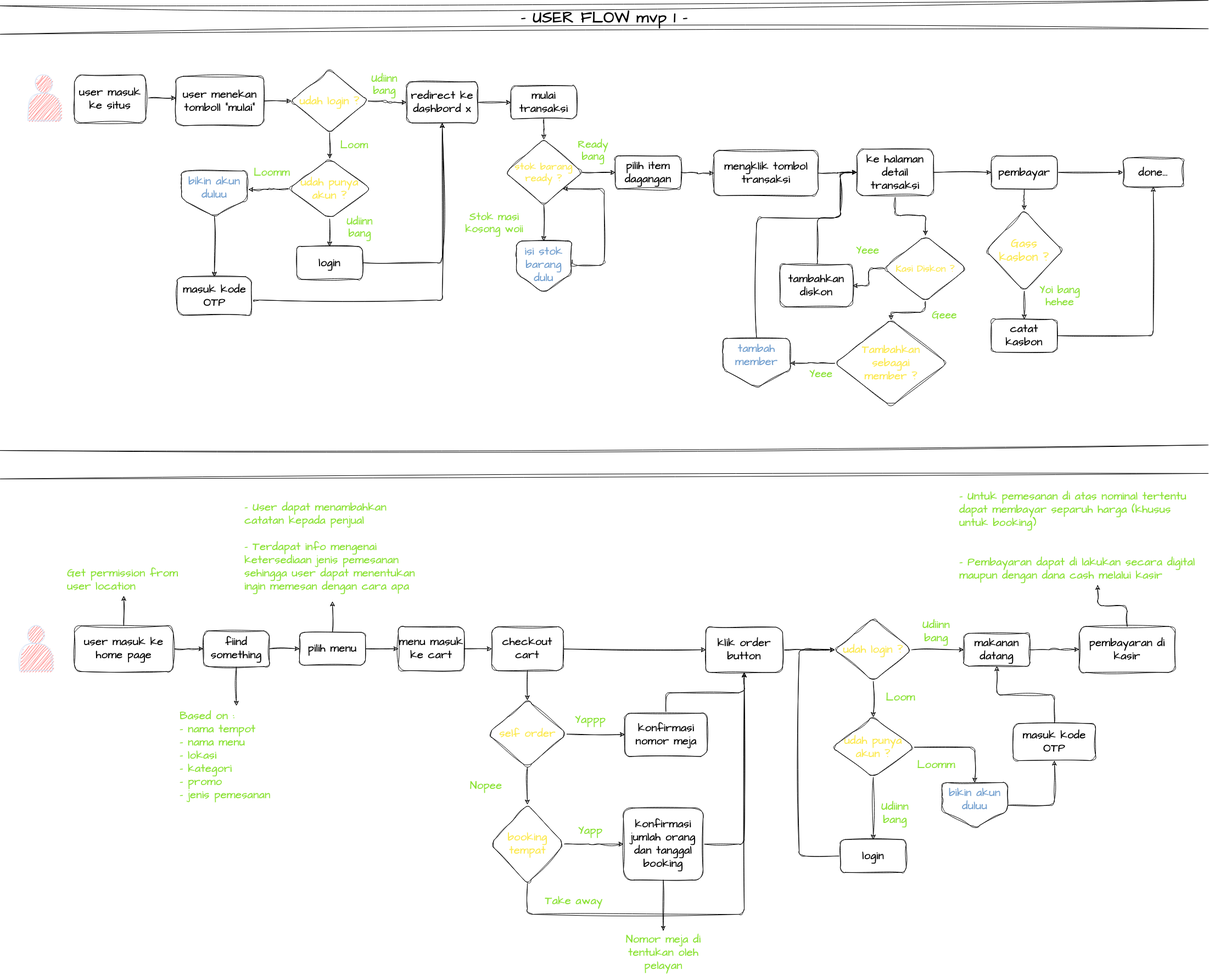
Earlier version of the draw.io export Untitled Diagram.drawio.png (Petrichor-Dev/mypos). Source tidied: cells renumbered, new cells last; positions are measured from the earlier drawing's top-left corner, leaving out a move shared by most shapes.
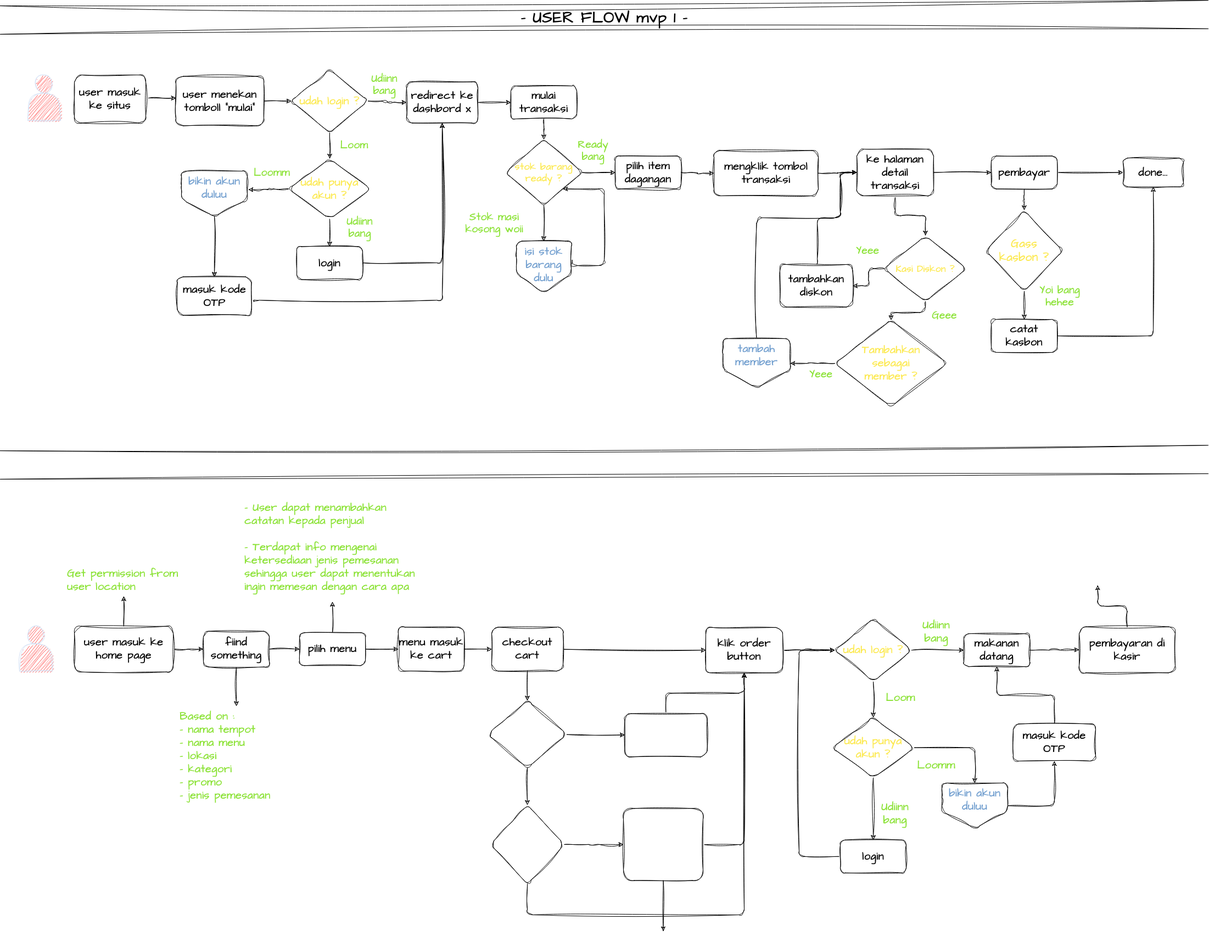
The same file after the commit.

The edit, as a diff of the source:
```diff
@@ -347,13 +347,13 @@
     <mxCell id="102" style="edgeStyle=orthogonalEdgeStyle;rounded=1;sketch=1;hachureGap=4;jiggle=2;curveFitting=1;jettySize=auto;html=1;labelBorderColor=#c17d11;fontFamily=Architects Daughter;fontSource=https%3A%2F%2Ffonts.googleapis.com%2Fcss%3Ffamily%3DArchitects%2BDaughter;fontSize=16;fontColor=#8ae234;fontStyle=1;" parent="1" edge="1" source="103" target="112">
       <mxGeometry relative="1" as="geometry" />
     </mxCell>
-    <mxCell id="103" value="&lt;font color=&quot;#fce94f&quot;&gt;self order&lt;/font&gt;" style="rhombus;whiteSpace=wrap;html=1;fontSize=20;fontFamily=Architects Daughter;rounded=1;sketch=1;curveFitting=1;jiggle=2;hachureGap=4;fontSource=https%3A%2F%2Ffonts.googleapis.com%2Fcss%3Ffamily%3DArchitects%2BDaughter;labelBackgroundColor=none;fontStyle=1;" parent="1" vertex="1">
+    <mxCell id="103" style="rhombus;whiteSpace=wrap;html=1;fontSize=20;fontFamily=Architects Daughter;rounded=1;sketch=1;curveFitting=1;jiggle=2;hachureGap=4;fontSource=https%3A%2F%2Ffonts.googleapis.com%2Fcss%3Ffamily%3DArchitects%2BDaughter;labelBackgroundColor=none;fontStyle=1;" parent="1" vertex="1">
       <mxGeometry x="887.5" y="1249" width="145" height="122.5" as="geometry" />
     </mxCell>
     <mxCell id="104" style="edgeStyle=orthogonalEdgeStyle;rounded=1;sketch=1;hachureGap=4;jiggle=2;curveFitting=1;jettySize=auto;html=1;labelBorderColor=#c17d11;fontFamily=Architects Daughter;fontSource=https%3A%2F%2Ffonts.googleapis.com%2Fcss%3Ffamily%3DArchitects%2BDaughter;fontSize=16;fontColor=#8ae234;fontStyle=1;" parent="1" edge="1" source="105" target="100">
       <mxGeometry relative="1" as="geometry" />
     </mxCell>
-    <mxCell id="105" value="konfirmasi nomor meja" style="whiteSpace=wrap;html=1;fontSize=20;fontFamily=Architects Daughter;rounded=1;sketch=1;curveFitting=1;jiggle=2;hachureGap=4;fontSource=https%3A%2F%2Ffonts.googleapis.com%2Fcss%3Ffamily%3DArchitects%2BDaughter;labelBackgroundColor=none;fontStyle=1;" parent="1" vertex="1">
+    <mxCell id="105" style="whiteSpace=wrap;html=1;fontSize=20;fontFamily=Architects Daughter;rounded=1;sketch=1;curveFitting=1;jiggle=2;hachureGap=4;fontSource=https%3A%2F%2Ffonts.googleapis.com%2Fcss%3Ffamily%3DArchitects%2BDaughter;labelBackgroundColor=none;fontStyle=1;" parent="1" vertex="1">
       <mxGeometry x="1137.5" y="1272.8" width="150" height="78.8" as="geometry" />
     </mxCell>
     <mxCell id="106" value="&lt;font color=&quot;#8ae234&quot;&gt;Get permission from user location&lt;/font&gt;" style="text;strokeColor=none;align=left;fillColor=none;html=1;verticalAlign=top;whiteSpace=wrap;rounded=0;sketch=1;hachureGap=4;jiggle=2;curveFitting=1;fontFamily=Architects Daughter;fontSource=https%3A%2F%2Ffonts.googleapis.com%2Fcss%3Ffamily%3DArchitects%2BDaughter;fontSize=20;horizontal=1;fontStyle=1;" parent="1" vertex="1">
@@ -365,9 +365,6 @@
     <mxCell id="108" value="&lt;div&gt;&lt;font color=&quot;#8ae234&quot;&gt;- User dapat menambahkan catatan kepada penjual&lt;/font&gt;&lt;/div&gt;&lt;div&gt;&lt;font color=&quot;#8ae234&quot;&gt;&lt;br&gt;&lt;/font&gt;&lt;/div&gt;&lt;font color=&quot;#8ae234&quot;&gt;- Terdapat info mengenai ketersediaan jenis pemesanan sehingga user dapat menentukan ingin memesan dengan cara apa&lt;/font&gt;" style="text;strokeColor=none;align=left;fillColor=none;html=1;verticalAlign=top;whiteSpace=wrap;rounded=0;sketch=1;hachureGap=4;jiggle=2;curveFitting=1;fontFamily=Architects Daughter;fontSource=https%3A%2F%2Ffonts.googleapis.com%2Fcss%3Ffamily%3DArchitects%2BDaughter;fontSize=20;horizontal=1;fontStyle=1;" parent="1" vertex="1">
       <mxGeometry x="442.5" y="879" width="325" height="190" as="geometry" />
     </mxCell>
-    <mxCell id="109" value="&lt;div&gt;&lt;font color=&quot;#8ae234&quot;&gt;- Untuk pemesanan di atas nominal tertentu dapat membayar separuh harga (khusus untuk booking)&lt;br&gt;&lt;/font&gt;&lt;/div&gt;&lt;div&gt;&lt;font color=&quot;#8ae234&quot;&gt;&lt;br&gt;&lt;/font&gt;&lt;/div&gt;&lt;div&gt;&lt;font color=&quot;#8ae234&quot;&gt;&lt;br&gt;&lt;/font&gt;&lt;/div&gt;&lt;font color=&quot;#8ae234&quot;&gt;- Pembayaran dapat di lakukan secara digital maupun dengan dana cash melalui kasir &lt;/font&gt;" style="text;strokeColor=none;align=left;fillColor=none;html=1;verticalAlign=top;whiteSpace=wrap;rounded=0;sketch=1;hachureGap=4;jiggle=2;curveFitting=1;fontFamily=Architects Daughter;fontSource=https%3A%2F%2Ffonts.googleapis.com%2Fcss%3Ffamily%3DArchitects%2BDaughter;fontSize=20;horizontal=1;fontStyle=1;" parent="1" vertex="1">
-      <mxGeometry x="1745" y="859" width="447.5" height="180" as="geometry" />
-    </mxCell>
     <mxCell id="110" style="edgeStyle=orthogonalEdgeStyle;rounded=1;sketch=1;hachureGap=4;jiggle=2;curveFitting=1;jettySize=auto;html=1;labelBorderColor=#c17d11;fontFamily=Architects Daughter;fontSource=https%3A%2F%2Ffonts.googleapis.com%2Fcss%3Ffamily%3DArchitects%2BDaughter;fontSize=16;fontColor=#8ae234;fontStyle=1;" parent="1" edge="1" source="112" target="115">
       <mxGeometry relative="1" as="geometry" />
     </mxCell>
@@ -379,33 +376,20 @@
         </Array>
       </mxGeometry>
     </mxCell>
-    <mxCell id="112" value="&lt;font color=&quot;#fce94f&quot;&gt;booking tempat&lt;/font&gt;" style="rhombus;whiteSpace=wrap;html=1;fontSize=20;fontFamily=Architects Daughter;rounded=1;sketch=1;curveFitting=1;jiggle=2;hachureGap=4;fontSource=https%3A%2F%2Ffonts.googleapis.com%2Fcss%3Ffamily%3DArchitects%2BDaughter;labelBackgroundColor=none;fontStyle=1;" parent="1" vertex="1">
+    <mxCell id="112" style="rhombus;whiteSpace=wrap;html=1;fontSize=20;fontFamily=Architects Daughter;rounded=1;sketch=1;curveFitting=1;jiggle=2;hachureGap=4;fontSource=https%3A%2F%2Ffonts.googleapis.com%2Fcss%3Ffamily%3DArchitects%2BDaughter;labelBackgroundColor=none;fontStyle=1;" parent="1" vertex="1">
       <mxGeometry x="892.5" y="1439" width="135" height="143.8" as="geometry" />
     </mxCell>
     <mxCell id="113" style="edgeStyle=orthogonalEdgeStyle;rounded=1;sketch=1;hachureGap=4;jiggle=2;curveFitting=1;jettySize=auto;html=1;labelBorderColor=#c17d11;fontFamily=Architects Daughter;fontSource=https%3A%2F%2Ffonts.googleapis.com%2Fcss%3Ffamily%3DArchitects%2BDaughter;fontSize=16;fontColor=#8ae234;fontStyle=1;" parent="1" edge="1" source="115" target="100">
       <mxGeometry relative="1" as="geometry" />
     </mxCell>
-    <mxCell id="114" style="edgeStyle=orthogonalEdgeStyle;rounded=1;sketch=1;hachureGap=4;jiggle=2;curveFitting=1;jettySize=auto;html=1;labelBorderColor=#c17d11;fontFamily=Architects Daughter;fontSource=https%3A%2F%2Ffonts.googleapis.com%2Fcss%3Ffamily%3DArchitects%2BDaughter;fontSize=16;fontColor=#8ae234;fontStyle=1;" parent="1" edge="1" source="115" target="120">
-      <mxGeometry relative="1" as="geometry" />
+    <mxCell id="114" style="edgeStyle=orthogonalEdgeStyle;rounded=1;sketch=1;hachureGap=4;jiggle=2;curveFitting=1;jettySize=auto;html=1;labelBorderColor=#c17d11;fontFamily=Architects Daughter;fontSource=https%3A%2F%2Ffonts.googleapis.com%2Fcss%3Ffamily%3DArchitects%2BDaughter;fontSize=16;fontColor=#8ae234;fontStyle=1;" parent="1" edge="1" source="115">
+      <mxGeometry relative="1" as="geometry">
+        <mxPoint x="1207.5" y="1669" as="targetPoint" />
+      </mxGeometry>
     </mxCell>
-    <mxCell id="115" value="konfirmasi jumlah orang dan tanggal booking" style="whiteSpace=wrap;html=1;fontSize=20;fontFamily=Architects Daughter;rounded=1;sketch=1;curveFitting=1;jiggle=2;hachureGap=4;fontSource=https%3A%2F%2Ffonts.googleapis.com%2Fcss%3Ffamily%3DArchitects%2BDaughter;labelBackgroundColor=none;fontStyle=1;" parent="1" vertex="1">
+    <mxCell id="115" style="whiteSpace=wrap;html=1;fontSize=20;fontFamily=Architects Daughter;rounded=1;sketch=1;curveFitting=1;jiggle=2;hachureGap=4;fontSource=https%3A%2F%2Ffonts.googleapis.com%2Fcss%3Ffamily%3DArchitects%2BDaughter;labelBackgroundColor=none;fontStyle=1;" parent="1" vertex="1">
       <mxGeometry x="1135" y="1445.2" width="145" height="131.2" as="geometry" />
     </mxCell>
-    <mxCell id="116" value="&lt;font style=&quot;font-size: 20px;&quot; color=&quot;#8ae234&quot;&gt;Take away&lt;/font&gt;" style="text;strokeColor=none;align=center;fillColor=none;html=1;verticalAlign=middle;whiteSpace=wrap;rounded=0;sketch=1;hachureGap=4;jiggle=2;curveFitting=1;fontFamily=Architects Daughter;fontSource=https%3A%2F%2Ffonts.googleapis.com%2Fcss%3Ffamily%3DArchitects%2BDaughter;fontSize=19;labelBackgroundColor=none;fontStyle=1;" parent="1" vertex="1">
-      <mxGeometry x="985" y="1599" width="120" height="32.5" as="geometry" />
-    </mxCell>
-    <mxCell id="117" value="&lt;font style=&quot;font-size: 20px;&quot; color=&quot;#8ae234&quot;&gt;Yapp&lt;/font&gt;" style="text;strokeColor=none;align=center;fillColor=none;html=1;verticalAlign=middle;whiteSpace=wrap;rounded=0;sketch=1;hachureGap=4;jiggle=2;curveFitting=1;fontFamily=Architects Daughter;fontSource=https%3A%2F%2Ffonts.googleapis.com%2Fcss%3Ffamily%3DArchitects%2BDaughter;fontSize=19;labelBackgroundColor=none;fontStyle=1;" parent="1" vertex="1">
-      <mxGeometry x="1015" y="1470.2" width="120" height="32.5" as="geometry" />
-    </mxCell>
-    <mxCell id="118" value="&lt;font style=&quot;font-size: 20px;&quot; color=&quot;#8ae234&quot;&gt;Nopee&lt;/font&gt;" style="text;strokeColor=none;align=center;fillColor=none;html=1;verticalAlign=middle;whiteSpace=wrap;rounded=0;sketch=1;hachureGap=4;jiggle=2;curveFitting=1;fontFamily=Architects Daughter;fontSource=https%3A%2F%2Ffonts.googleapis.com%2Fcss%3Ffamily%3DArchitects%2BDaughter;fontSize=19;labelBackgroundColor=none;fontStyle=1;" parent="1" vertex="1">
-      <mxGeometry x="825" y="1389" width="120" height="32.5" as="geometry" />
-    </mxCell>
-    <mxCell id="119" value="&lt;font style=&quot;font-size: 20px;&quot; color=&quot;#8ae234&quot;&gt;Yappp&lt;/font&gt;" style="text;strokeColor=none;align=center;fillColor=none;html=1;verticalAlign=middle;whiteSpace=wrap;rounded=0;sketch=1;hachureGap=4;jiggle=2;curveFitting=1;fontFamily=Architects Daughter;fontSource=https%3A%2F%2Ffonts.googleapis.com%2Fcss%3Ffamily%3DArchitects%2BDaughter;fontSize=19;labelBackgroundColor=none;fontStyle=1;" parent="1" vertex="1">
-      <mxGeometry x="1015" y="1269" width="120" height="32.5" as="geometry" />
-    </mxCell>
-    <mxCell id="120" value="&lt;font style=&quot;font-size: 20px;&quot; color=&quot;#8ae234&quot;&gt;Nomor meja di tentukan oleh pelayan&lt;/font&gt;" style="text;strokeColor=none;align=center;fillColor=none;html=1;verticalAlign=middle;whiteSpace=wrap;rounded=0;sketch=1;hachureGap=4;jiggle=2;curveFitting=1;fontFamily=Architects Daughter;fontSource=https%3A%2F%2Ffonts.googleapis.com%2Fcss%3Ffamily%3DArchitects%2BDaughter;fontSize=19;labelBackgroundColor=none;fontStyle=1;" parent="1" vertex="1">
-      <mxGeometry x="1127.5" y="1669" width="160" height="80" as="geometry" />
-    </mxCell>
     <mxCell id="121" style="edgeStyle=orthogonalEdgeStyle;rounded=1;sketch=1;hachureGap=4;jiggle=2;curveFitting=1;jettySize=auto;html=1;labelBorderColor=#c17d11;fontFamily=Architects Daughter;fontSource=https%3A%2F%2Ffonts.googleapis.com%2Fcss%3Ffamily%3DArchitects%2BDaughter;fontSize=16;fontColor=#8ae234;fontStyle=1;" parent="1" edge="1" source="122" target="90">
       <mxGeometry relative="1" as="geometry" />
     </mxCell>
```
